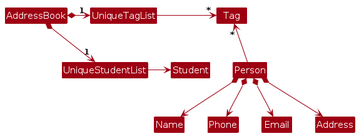
Earlier version of the PlantUML export diagrams/BetterModelClassDiagram.png (AY2324S1-CS2103T-T11-1/tp). Its source is kept beside it as diagrams/BetterModelClassDiagram.puml.
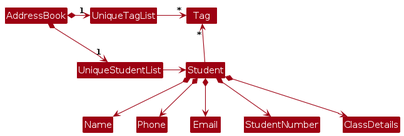
Later version of the same file.

What changed in the source:
```diff
@@ -12,10 +12,11 @@
 UniqueTagList -right-> "*" Tag
 UniqueStudentList -right-> Student
 
-Person -up-> "*" Tag
+Student -up-> "*" Tag
 
-Person *--> Name
-Person *--> Phone
-Person *--> Email
-Person *--> Address
+Student *--> Name
+Student *--> Phone
+Student *--> Email
+Student *--> StudentNumber
+Student *--> ClassDetails
 @enduml
```
